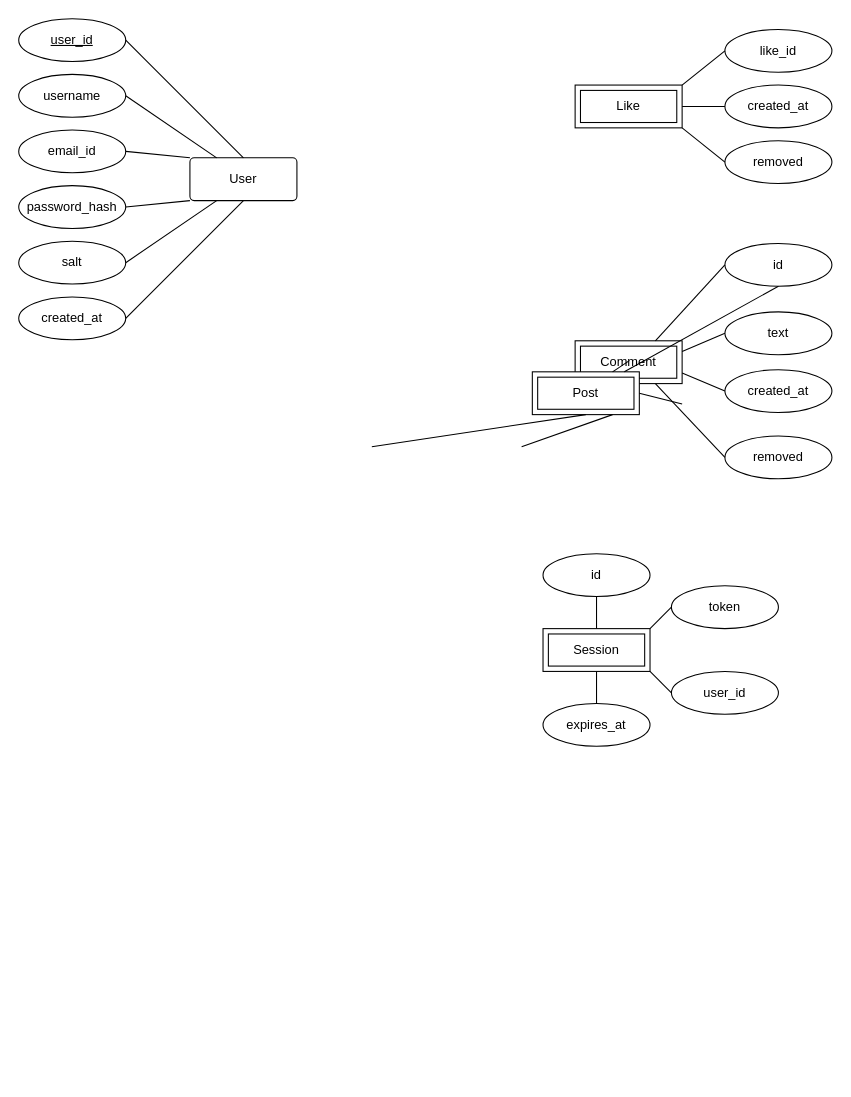
Earlier version of the draw.io diagram diagrams/Untitled Diagram.drawio (blood-rogue/er-diagram). Source tidied: cells renumbered, new cells numbered last; positions are measured from the earlier drawing's top-left corner, leaving out a move shared by most shapes. Both pictures are drawn from the tidied source at 107%, with x=0, y=0 at pixel (18, 18).
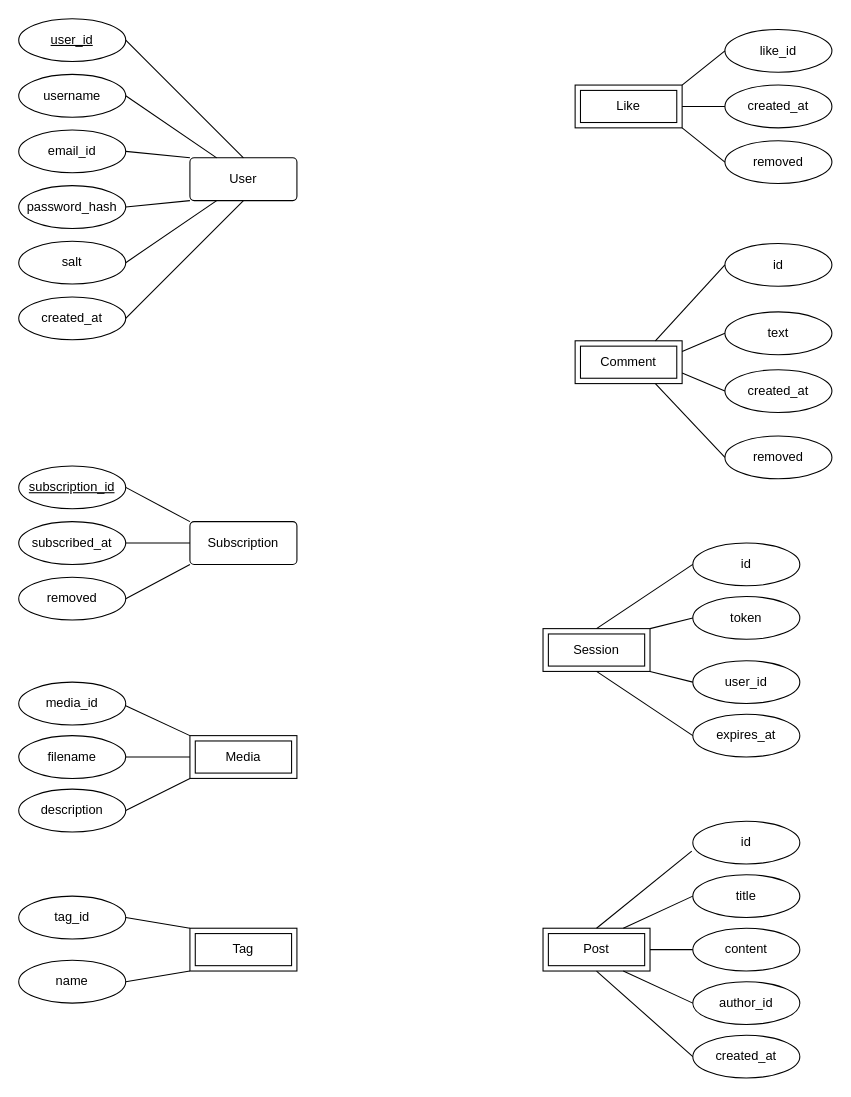
The same diagram, later.

The change refers to these unchanged cells:
```xml
<mxCell id="11" value="Comment" style="shape=ext;margin=3;double=1;whiteSpace=wrap;html=1;align=center;" parent="1" vertex="1">
  <mxGeometry x="520" y="301" width="100" height="40" as="geometry" />
</mxCell>
<mxCell id="27" value="Session" style="shape=ext;margin=3;double=1;whiteSpace=wrap;html=1;align=center;" parent="1" vertex="1">
  <mxGeometry x="490" y="570" width="100" height="40" as="geometry" />
</mxCell>
<mxCell id="32" value="id" style="ellipse;whiteSpace=wrap;html=1;align=center;" parent="1" vertex="1">
  <mxGeometry x="660" y="210" width="100" height="40" as="geometry" />
</mxCell>
<mxCell id="38" value="removed" style="ellipse;whiteSpace=wrap;html=1;align=center;" parent="1" vertex="1">
  <mxGeometry x="660" y="390" width="100" height="40" as="geometry" />
</mxCell>
```

Change to the diagram source:
```diff
@@
+    <mxCell id="46" value="Media" style="shape=ext;margin=3;double=1;whiteSpace=wrap;html=1;align=center;" parent="1" vertex="1">
+      <mxGeometry x="160" y="670" width="100" height="40" as="geometry" />
+    </mxCell>
@@
+    <mxCell id="47" value="Tag" style="shape=ext;margin=3;double=1;whiteSpace=wrap;html=1;align=center;" parent="1" vertex="1">
+      <mxGeometry x="160" y="850" width="100" height="40" as="geometry" />
+    </mxCell>
@@
     <mxCell id="28" value="expires_at" style="ellipse;whiteSpace=wrap;html=1;align=center;" parent="1" vertex="1">
-      <mxGeometry x="490" y="640" width="100" height="40" as="geometry" />
+      <mxGeometry x="630" y="650" width="100" height="40" as="geometry" />
     </mxCell>
     <mxCell id="29" value="user_id" style="ellipse;whiteSpace=wrap;html=1;align=center;" parent="1" vertex="1">
-      <mxGeometry x="610" y="610" width="100" height="40" as="geometry" />
+      <mxGeometry x="630" y="600" width="100" height="40" as="geometry" />
     </mxCell>
     <mxCell id="30" value="token" style="ellipse;whiteSpace=wrap;html=1;align=center;" parent="1" vertex="1">
-      <mxGeometry x="610" y="530" width="100" height="40" as="geometry" />
+      <mxGeometry x="630" y="540" width="100" height="40" as="geometry" />
     </mxCell>
     <mxCell id="31" value="id" style="ellipse;whiteSpace=wrap;html=1;align=center;" parent="1" vertex="1">
-      <mxGeometry x="490" y="500" width="100" height="40" as="geometry" />
+      <mxGeometry x="630" y="490" width="100" height="40" as="geometry" />
     </mxCell>
@@
-    <mxCell id="33" style="endArrow=none;html=1;rounded=0;entryX=0.5;entryY=1;entryDx=0;entryDy=0;exitX=0.5;exitY=0;exitDx=0;exitDy=0;" parent="1" edge="1" source="27" target="31">
+    <mxCell id="33" style="endArrow=none;html=1;rounded=0;entryX=0;entryY=0.5;entryDx=0;entryDy=0;exitX=0.5;exitY=0;exitDx=0;exitDy=0;" parent="1" edge="1" source="27" target="31">
       <mxGeometry relative="1" as="geometry" />
     </mxCell>
-    <mxCell id="34" style="endArrow=none;html=1;rounded=0;entryX=0.5;entryY=0;entryDx=0;entryDy=0;exitX=0.5;exitY=1;exitDx=0;exitDy=0;" parent="1" edge="1" source="27" target="28">
+    <mxCell id="34" style="endArrow=none;html=1;rounded=0;entryX=0;entryY=0.5;entryDx=0;entryDy=0;exitX=0.5;exitY=1;exitDx=0;exitDy=0;" parent="1" edge="1" source="27" target="28">
       <mxGeometry relative="1" as="geometry" />
     </mxCell>
@@
+    <mxCell id="40" style="endArrow=none;html=1;rounded=0;entryX=0;entryY=0.5;entryDx=0;entryDy=0;exitX=0.75;exitY=1;exitDx=0;exitDy=0;" parent="1" edge="1" source="11" target="38">
+      <mxGeometry relative="1" as="geometry" />
+    </mxCell>
     <mxCell id="39" value="Post" style="shape=ext;margin=3;double=1;whiteSpace=wrap;html=1;align=center;" parent="1" vertex="1">
-      <mxGeometry x="480" y="330" width="100" height="40" as="geometry" />
+      <mxGeometry x="490" y="850" width="100" height="40" as="geometry" />
     </mxCell>
-    <mxCell id="40" style="endArrow=none;html=1;rounded=0;entryX=0;entryY=0.5;entryDx=0;entryDy=0;exitX=0.75;exitY=1;exitDx=0;exitDy=0;" parent="1" edge="1" source="11" target="38">
-      <mxGeometry relative="1" as="geometry" />
-    </mxCell>
-    <mxCell id="41" style="endArrow=none;html=1;rounded=0;entryX=0;entryY=0.5;entryDx=0;entryDy=0;" parent="1" edge="1">
-      <mxGeometry relative="1" as="geometry">
-        <mxPoint x="580" y="350" as="sourcePoint" />
-        <mxPoint x="620" y="360" as="targetPoint" />
-      </mxGeometry>
-    </mxCell>
-    <mxCell id="42" style="endArrow=none;html=1;rounded=0;entryX=0;entryY=0.5;entryDx=0;entryDy=0;exitX=0.75;exitY=1;exitDx=0;exitDy=0;" parent="1" edge="1" source="39">
-      <mxGeometry relative="1" as="geometry">
-        <mxPoint x="470" y="400" as="targetPoint" />
-      </mxGeometry>
-    </mxCell>
-    <mxCell id="43" style="endArrow=none;html=1;rounded=0;entryX=0.5;entryY=0;entryDx=0;entryDy=0;exitX=0.5;exitY=1;exitDx=0;exitDy=0;" parent="1" edge="1" source="39">
-      <mxGeometry relative="1" as="geometry">
-        <mxPoint x="330" y="400" as="targetPoint" />
-      </mxGeometry>
-    </mxCell>
-    <mxCell id="44" style="endArrow=none;html=1;rounded=0;exitX=0.75;exitY=0;exitDx=0;exitDy=0;entryX=0;entryY=0.5;entryDx=0;entryDy=0;" parent="1" edge="1" source="39">
-      <mxGeometry relative="1" as="geometry">
-        <mxPoint x="570" y="320" as="targetPoint" />
-      </mxGeometry>
-    </mxCell>
-    <mxCell id="45" style="endArrow=none;html=1;rounded=0;entryX=0.5;entryY=1;entryDx=0;entryDy=0;" parent="1" edge="1" source="39" target="32">
-      <mxGeometry relative="1" as="geometry" />
-    </mxCell>
+    <mxCell id="48" value="created_at" style="ellipse;whiteSpace=wrap;html=1;align=center;" parent="1" vertex="1">
+      <mxGeometry x="630" y="950" width="100" height="40" as="geometry" />
+    </mxCell>
+    <mxCell id="49" value="author_id" style="ellipse;whiteSpace=wrap;html=1;align=center;" parent="1" vertex="1">
+      <mxGeometry x="630" y="900" width="100" height="40" as="geometry" />
+    </mxCell>
+    <mxCell id="50" value="content" style="ellipse;whiteSpace=wrap;html=1;align=center;" parent="1" vertex="1">
+      <mxGeometry x="630" y="850" width="100" height="40" as="geometry" />
+    </mxCell>
+    <mxCell id="51" value="title" style="ellipse;whiteSpace=wrap;html=1;align=center;" parent="1" vertex="1">
+      <mxGeometry x="630" y="800" width="100" height="40" as="geometry" />
+    </mxCell>
+    <mxCell id="52" value="id" style="ellipse;whiteSpace=wrap;html=1;align=center;" parent="1" vertex="1">
+      <mxGeometry x="630" y="750" width="100" height="40" as="geometry" />
+    </mxCell>
+    <mxCell id="53" style="endArrow=none;html=1;rounded=0;entryX=0;entryY=0.5;entryDx=0;entryDy=0;exitX=0.5;exitY=1;exitDx=0;exitDy=0;" parent="1" edge="1" source="39" target="48">
+      <mxGeometry relative="1" as="geometry" />
+    </mxCell>
+    <mxCell id="54" style="endArrow=none;html=1;rounded=0;entryX=0;entryY=0.5;entryDx=0;entryDy=0;exitX=0.75;exitY=1;exitDx=0;exitDy=0;" parent="1" edge="1" source="39" target="49">
+      <mxGeometry relative="1" as="geometry" />
+    </mxCell>
+    <mxCell id="55" style="endArrow=none;html=1;rounded=0;entryX=0;entryY=0.5;entryDx=0;entryDy=0;exitX=1;exitY=0.5;exitDx=0;exitDy=0;" parent="1" edge="1" source="39" target="50">
+      <mxGeometry relative="1" as="geometry" />
+    </mxCell>
+    <mxCell id="56" style="endArrow=none;html=1;rounded=0;entryX=0;entryY=0.5;entryDx=0;entryDy=0;exitX=0.75;exitY=0;exitDx=0;exitDy=0;" parent="1" edge="1" source="39" target="51">
+      <mxGeometry relative="1" as="geometry" />
+    </mxCell>
+    <mxCell id="57" style="endArrow=none;html=1;rounded=0;entryX=-0.01;entryY=0.7;entryDx=0;entryDy=0;exitX=0.5;exitY=0;exitDx=0;exitDy=0;entryPerimeter=0;" parent="1" edge="1" source="39" target="52">
+      <mxGeometry relative="1" as="geometry" />
+    </mxCell>
+    <mxCell id="58" value="subscribed_at" style="ellipse;whiteSpace=wrap;html=1;align=center;" parent="1" vertex="1">
+      <mxGeometry y="470" width="100" height="40" as="geometry" />
+    </mxCell>
+    <mxCell id="59" value="removed" style="ellipse;whiteSpace=wrap;html=1;align=center;" parent="1" vertex="1">
+      <mxGeometry y="522" width="100" height="40" as="geometry" />
+    </mxCell>
+    <mxCell id="60" value="Subscription" style="rounded=1;arcSize=10;whiteSpace=wrap;html=1;align=center;" parent="1" vertex="1">
+      <mxGeometry x="160" y="470" width="100" height="40" as="geometry" />
+    </mxCell>
+    <mxCell id="61" value="subscription_id" style="ellipse;whiteSpace=wrap;html=1;align=center;fontStyle=4;" parent="1" vertex="1">
+      <mxGeometry y="418" width="100" height="40" as="geometry" />
+    </mxCell>
+    <mxCell id="62" style="endArrow=none;html=1;rounded=0;exitX=1;exitY=0.5;exitDx=0;exitDy=0;entryX=0;entryY=0;entryDx=0;entryDy=0;" parent="1" edge="1" source="61" target="60">
+      <mxGeometry relative="1" as="geometry" />
+    </mxCell>
+    <mxCell id="63" style="endArrow=none;html=1;rounded=0;exitX=1;exitY=0.5;exitDx=0;exitDy=0;entryX=0;entryY=1;entryDx=0;entryDy=0;" parent="1" edge="1" source="59" target="60">
+      <mxGeometry relative="1" as="geometry" />
+    </mxCell>
+    <mxCell id="64" style="endArrow=none;html=1;rounded=0;exitX=1;exitY=0.5;exitDx=0;exitDy=0;entryX=0;entryY=0.5;entryDx=0;entryDy=0;" parent="1" edge="1" source="58" target="60">
+      <mxGeometry relative="1" as="geometry" />
+    </mxCell>
+    <mxCell id="65" value="description" style="ellipse;whiteSpace=wrap;html=1;align=center;" parent="1" vertex="1">
+      <mxGeometry y="720" width="100" height="40" as="geometry" />
+    </mxCell>
+    <mxCell id="66" value="filename" style="ellipse;whiteSpace=wrap;html=1;align=center;" parent="1" vertex="1">
+      <mxGeometry y="670" width="100" height="40" as="geometry" />
+    </mxCell>
+    <mxCell id="67" value="media_id" style="ellipse;whiteSpace=wrap;html=1;align=center;" parent="1" vertex="1">
+      <mxGeometry y="620" width="100" height="40" as="geometry" />
+    </mxCell>
+    <mxCell id="68" style="endArrow=none;html=1;rounded=0;entryX=0;entryY=0;entryDx=0;entryDy=0;" parent="1" edge="1" target="46">
+      <mxGeometry relative="1" as="geometry">
+        <mxPoint x="100" y="642" as="sourcePoint" />
+      </mxGeometry>
+    </mxCell>
+    <mxCell id="69" style="endArrow=none;html=1;rounded=0;exitX=1;exitY=0.5;exitDx=0;exitDy=0;entryX=0;entryY=0.5;entryDx=0;entryDy=0;" parent="1" edge="1" source="66" target="46">
+      <mxGeometry relative="1" as="geometry" />
+    </mxCell>
+    <mxCell id="70" style="endArrow=none;html=1;rounded=0;exitX=1;exitY=0.5;exitDx=0;exitDy=0;entryX=0;entryY=1;entryDx=0;entryDy=0;" parent="1" edge="1" source="65" target="46">
+      <mxGeometry relative="1" as="geometry" />
+    </mxCell>
+    <mxCell id="71" value="name" style="ellipse;whiteSpace=wrap;html=1;align=center;" parent="1" vertex="1">
+      <mxGeometry y="880" width="100" height="40" as="geometry" />
+    </mxCell>
+    <mxCell id="72" value="tag_id" style="ellipse;whiteSpace=wrap;html=1;align=center;" parent="1" vertex="1">
+      <mxGeometry y="820" width="100" height="40" as="geometry" />
+    </mxCell>
+    <mxCell id="73" style="endArrow=none;html=1;rounded=0;exitX=1;exitY=0.5;exitDx=0;exitDy=0;entryX=0;entryY=0;entryDx=0;entryDy=0;" parent="1" edge="1" source="72" target="47">
+      <mxGeometry relative="1" as="geometry" />
+    </mxCell>
+    <mxCell id="74" style="endArrow=none;html=1;rounded=0;exitX=1;exitY=0.5;exitDx=0;exitDy=0;entryX=0;entryY=1;entryDx=0;entryDy=0;" parent="1" edge="1" source="71" target="47">
+      <mxGeometry relative="1" as="geometry" />
+    </mxCell>
```
